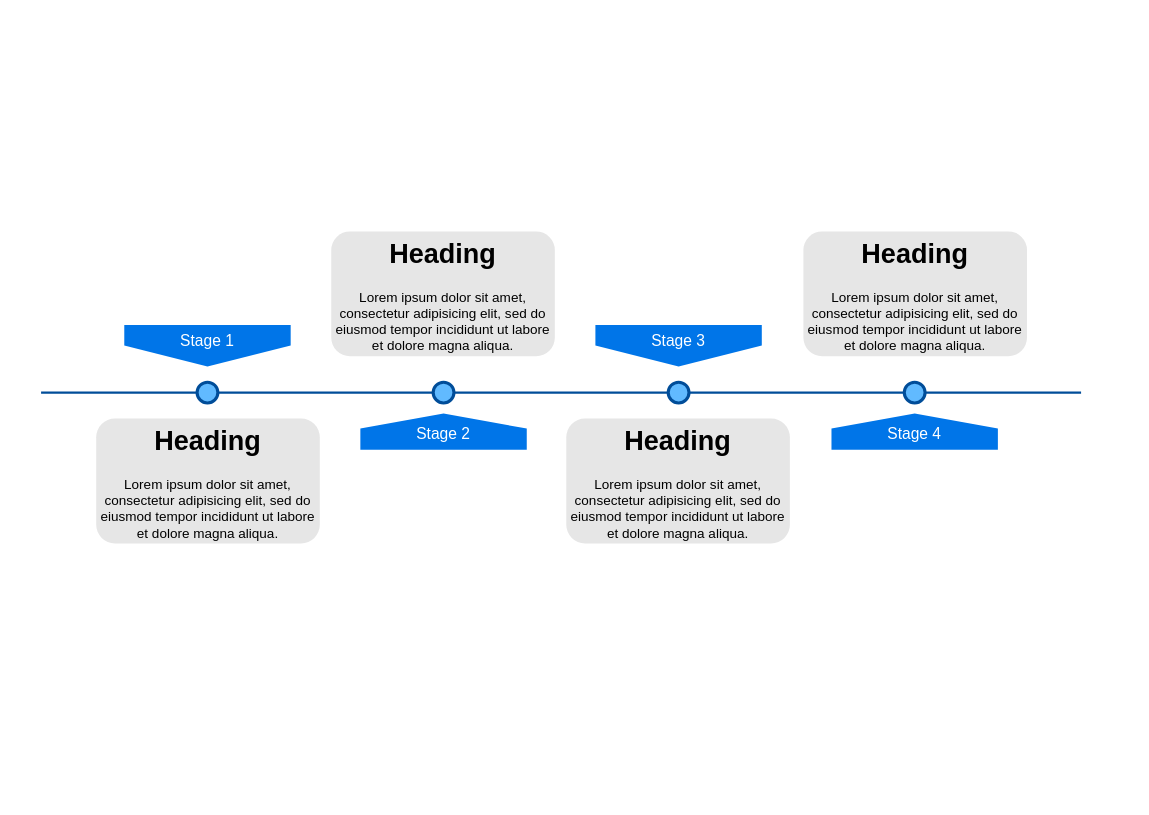
Earlier version of the draw.io diagram Untitled Diagram.drawio (leelabandaru6/hello-world). Source tidied: cells renumbered, new cells numbered last; positions are measured from the earlier drawing's top-left corner, leaving out a move shared by most shapes. Both pictures are drawn from the tidied source at 104%, with x=0, y=0 at pixel (41, 231).
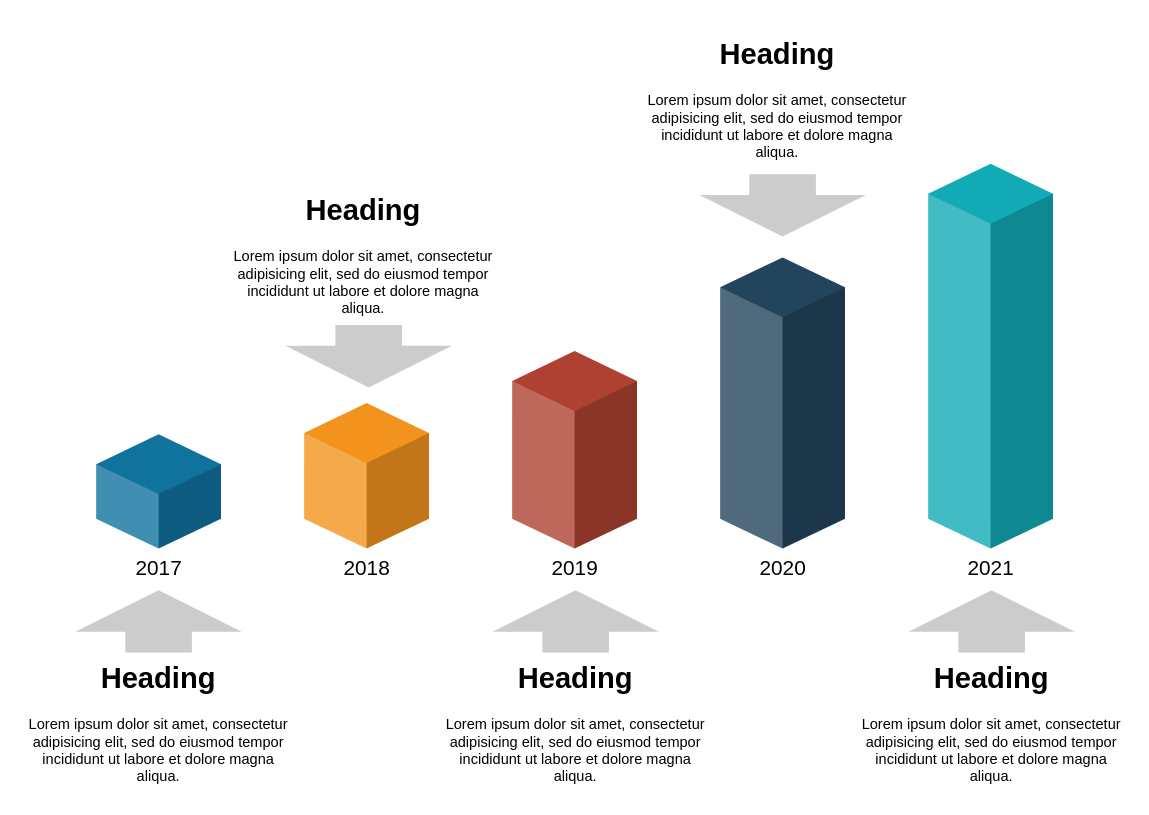
After the change.

The edit, as a diff of the source:
```diff
@@
 <mxGraphModel>
   <root>
     <mxCell id="0" />
     <mxCell id="1" parent="0" />
-    <mxCell id="2" style="line;strokeWidth=2;html=1;fillColor=none;fontSize=28;fontColor=#004D99;strokeColor=#004D99;" parent="1" vertex="1">
-      <mxGeometry y="150" width="1000" height="10" as="geometry" />
-    </mxCell>
-    <mxCell id="3" value="Stage 1" style="shape=offPageConnector;whiteSpace=wrap;html=1;fillColor=#0075E8;fontSize=15;fontColor=#FFFFFF;size=0.5093750000000015;verticalAlign=top;strokeColor=none;" parent="1" vertex="1">
-      <mxGeometry x="80" y="90" width="160" height="40" as="geometry" />
-    </mxCell>
-    <mxCell id="4" value="&lt;span&gt;Stage 3&lt;/span&gt;" style="shape=offPageConnector;whiteSpace=wrap;html=1;fillColor=#0075E8;fontSize=15;fontColor=#FFFFFF;size=0.5093750000000015;verticalAlign=top;strokeColor=none;" parent="1" vertex="1">
-      <mxGeometry x="533" y="90" width="160" height="40" as="geometry" />
-    </mxCell>
-    <mxCell id="5" value="&lt;span&gt;Stage 2&lt;/span&gt;" style="shape=offPageConnector;whiteSpace=wrap;html=1;fillColor=#0075E8;fontSize=15;fontColor=#FFFFFF;size=0.4178571428571445;flipV=1;verticalAlign=bottom;strokeColor=none;spacingBottom=4;" parent="1" vertex="1">
-      <mxGeometry x="307" y="175" width="160" height="35" as="geometry" />
-    </mxCell>
-    <mxCell id="6" value="&lt;span&gt;Stage 4&lt;/span&gt;" style="shape=offPageConnector;whiteSpace=wrap;html=1;fillColor=#0075E8;fontSize=15;fontColor=#FFFFFF;size=0.4178571428571445;flipV=1;verticalAlign=bottom;strokeColor=none;spacingBottom=4;" parent="1" vertex="1">
-      <mxGeometry x="760" y="175" width="160" height="35" as="geometry" />
-    </mxCell>
-    <mxCell id="7" style="ellipse;whiteSpace=wrap;html=1;fillColor=#61BAFF;fontSize=28;fontColor=#004D99;strokeWidth=3;strokeColor=#004D99;" parent="1" vertex="1">
-      <mxGeometry x="150" y="145" width="20" height="20" as="geometry" />
-    </mxCell>
-    <mxCell id="8" style="ellipse;whiteSpace=wrap;html=1;fillColor=#61BAFF;fontSize=28;fontColor=#004D99;strokeWidth=3;strokeColor=#004D99;" parent="1" vertex="1">
-      <mxGeometry x="377" y="145" width="20" height="20" as="geometry" />
-    </mxCell>
-    <mxCell id="9" style="ellipse;whiteSpace=wrap;html=1;fillColor=#61BAFF;fontSize=28;fontColor=#004D99;strokeWidth=3;strokeColor=#004D99;" parent="1" vertex="1">
-      <mxGeometry x="603" y="145" width="20" height="20" as="geometry" />
-    </mxCell>
-    <mxCell id="10" style="ellipse;whiteSpace=wrap;html=1;fillColor=#61BAFF;fontSize=28;fontColor=#004D99;strokeWidth=3;strokeColor=#004D99;" parent="1" vertex="1">
-      <mxGeometry x="830" y="145" width="20" height="20" as="geometry" />
-    </mxCell>
-    <mxCell id="11" value="&lt;h1&gt;Heading&lt;/h1&gt;&lt;p&gt;Lorem ipsum dolor sit amet, consectetur adipisicing elit, sed do eiusmod tempor incididunt ut labore et dolore magna aliqua.&lt;/p&gt;" style="text;html=1;spacing=5;spacingTop=-20;whiteSpace=wrap;overflow=hidden;strokeColor=none;strokeWidth=3;fillColor=#E6E6E6;fontSize=13;fontColor=#000000;align=center;rounded=1;" parent="1" vertex="1">
-      <mxGeometry x="53" y="180" width="215" height="120" as="geometry" />
-    </mxCell>
-    <mxCell id="12" value="&lt;h1&gt;Heading&lt;/h1&gt;&lt;p&gt;Lorem ipsum dolor sit amet, consectetur adipisicing elit, sed do eiusmod tempor incididunt ut labore et dolore magna aliqua.&lt;/p&gt;" style="text;html=1;spacing=5;spacingTop=-20;whiteSpace=wrap;overflow=hidden;strokeColor=none;strokeWidth=3;fillColor=#E6E6E6;fontSize=13;fontColor=#000000;align=center;rounded=1;" parent="1" vertex="1">
-      <mxGeometry x="279" width="215" height="120" as="geometry" />
-    </mxCell>
-    <mxCell id="13" value="&lt;h1&gt;Heading&lt;/h1&gt;&lt;p&gt;Lorem ipsum dolor sit amet, consectetur adipisicing elit, sed do eiusmod tempor incididunt ut labore et dolore magna aliqua.&lt;/p&gt;" style="text;html=1;spacing=5;spacingTop=-20;whiteSpace=wrap;overflow=hidden;strokeColor=none;strokeWidth=3;fillColor=#E6E6E6;fontSize=13;fontColor=#000000;align=center;rounded=1;" parent="1" vertex="1">
-      <mxGeometry x="505" y="180" width="215" height="120" as="geometry" />
-    </mxCell>
-    <mxCell id="14" value="&lt;h1&gt;Heading&lt;/h1&gt;&lt;p&gt;Lorem ipsum dolor sit amet, consectetur adipisicing elit, sed do eiusmod tempor incididunt ut labore et dolore magna aliqua.&lt;/p&gt;" style="text;html=1;spacing=5;spacingTop=-20;whiteSpace=wrap;overflow=hidden;strokeColor=none;strokeWidth=3;fillColor=#E6E6E6;fontSize=13;fontColor=#000000;align=center;rounded=1;" parent="1" vertex="1">
-      <mxGeometry x="733" width="215" height="120" as="geometry" />
-    </mxCell>
+    <mxCell id="15" style="html=1;shadow=0;dashed=0;align=center;verticalAlign=middle;shape=mxgraph.arrows2.arrow;dy=0.6;dx=40;direction=north;notch=0;strokeWidth=2;fillColor=#CCCCCC;fontSize=14;fontColor=#000000;strokeColor=none;" parent="1" vertex="1">
+      <mxGeometry x="33" y="345" width="160" height="60" as="geometry" />
+    </mxCell>
+    <mxCell id="16" value="2017" style="verticalLabelPosition=bottom;verticalAlign=top;html=1;shape=mxgraph.infographic.shadedCube;isoAngle=15;fillColor=#10739E;strokeColor=none;fontFamily=Helvetica;fontSize=20;align=center;strokeWidth=2;" parent="1" vertex="1">
+      <mxGeometry x="53" y="195" width="120" height="110" as="geometry" />
+    </mxCell>
+    <mxCell id="17" value="2018" style="verticalLabelPosition=bottom;verticalAlign=top;html=1;shape=mxgraph.infographic.shadedCube;isoAngle=15;fillColor=#F2931E;strokeColor=none;fontFamily=Helvetica;fontSize=20;align=center;strokeWidth=2;" parent="1" vertex="1">
+      <mxGeometry x="253" y="165" width="120" height="140" as="geometry" />
+    </mxCell>
+    <mxCell id="18" value="2019" style="verticalLabelPosition=bottom;verticalAlign=top;html=1;shape=mxgraph.infographic.shadedCube;isoAngle=15;fillColor=#AE4132;strokeColor=none;fontFamily=Helvetica;fontSize=20;align=center;strokeWidth=2;" parent="1" vertex="1">
+      <mxGeometry x="453" y="115" width="120" height="190" as="geometry" />
+    </mxCell>
+    <mxCell id="19" value="2020" style="verticalLabelPosition=bottom;verticalAlign=top;html=1;shape=mxgraph.infographic.shadedCube;isoAngle=15;fillColor=#23445D;strokeColor=none;fontFamily=Helvetica;fontSize=20;align=center;strokeWidth=2;" parent="1" vertex="1">
+      <mxGeometry x="653" y="25" width="120" height="280" as="geometry" />
+    </mxCell>
+    <mxCell id="20" value="2021" style="verticalLabelPosition=bottom;verticalAlign=top;html=1;shape=mxgraph.infographic.shadedCube;isoAngle=15;fillColor=#12AAB5;strokeColor=none;fontFamily=Helvetica;fontSize=20;align=center;strokeWidth=2;" parent="1" vertex="1">
+      <mxGeometry x="853" y="-65" width="120" height="370" as="geometry" />
+    </mxCell>
+    <mxCell id="21" value="&lt;h1&gt;Heading&lt;/h1&gt;&lt;p&gt;Lorem ipsum dolor sit amet, consectetur adipisicing elit, sed do eiusmod tempor incididunt ut labore et dolore magna aliqua.&lt;/p&gt;" style="text;html=1;spacing=5;spacingTop=-20;whiteSpace=wrap;overflow=hidden;strokeWidth=2;fillColor=none;gradientColor=none;fontSize=14;align=center;" parent="1" vertex="1">
+      <mxGeometry x="-22" y="405" width="270" height="140" as="geometry" />
+    </mxCell>
+    <mxCell id="22" value="&lt;h1&gt;Heading&lt;/h1&gt;&lt;p&gt;Lorem ipsum dolor sit amet, consectetur adipisicing elit, sed do eiusmod tempor incididunt ut labore et dolore magna aliqua.&lt;/p&gt;" style="text;html=1;spacing=5;spacingTop=-20;whiteSpace=wrap;overflow=hidden;strokeWidth=2;fillColor=none;gradientColor=none;fontSize=14;align=center;" parent="1" vertex="1">
+      <mxGeometry x="175" y="-45" width="270" height="140" as="geometry" />
+    </mxCell>
+    <mxCell id="23" value="&lt;h1&gt;Heading&lt;/h1&gt;&lt;p&gt;Lorem ipsum dolor sit amet, consectetur adipisicing elit, sed do eiusmod tempor incididunt ut labore et dolore magna aliqua.&lt;/p&gt;" style="text;html=1;spacing=5;spacingTop=-20;whiteSpace=wrap;overflow=hidden;strokeWidth=2;fillColor=none;gradientColor=none;fontSize=14;align=center;" parent="1" vertex="1">
+      <mxGeometry x="379" y="405" width="270" height="140" as="geometry" />
+    </mxCell>
+    <mxCell id="24" value="&lt;h1&gt;Heading&lt;/h1&gt;&lt;p&gt;Lorem ipsum dolor sit amet, consectetur adipisicing elit, sed do eiusmod tempor incididunt ut labore et dolore magna aliqua.&lt;/p&gt;" style="text;html=1;spacing=5;spacingTop=-20;whiteSpace=wrap;overflow=hidden;strokeWidth=2;fillColor=none;gradientColor=none;fontSize=14;align=center;" parent="1" vertex="1">
+      <mxGeometry x="779" y="405" width="270" height="140" as="geometry" />
+    </mxCell>
+    <mxCell id="25" value="&lt;h1&gt;Heading&lt;/h1&gt;&lt;p&gt;Lorem ipsum dolor sit amet, consectetur adipisicing elit, sed do eiusmod tempor incididunt ut labore et dolore magna aliqua.&lt;/p&gt;" style="text;html=1;spacing=5;spacingTop=-20;whiteSpace=wrap;overflow=hidden;strokeWidth=2;fillColor=none;gradientColor=none;fontSize=14;align=center;" parent="1" vertex="1">
+      <mxGeometry x="573" y="-195" width="270" height="140" as="geometry" />
+    </mxCell>
+    <mxCell id="26" style="html=1;shadow=0;dashed=0;align=center;verticalAlign=middle;shape=mxgraph.arrows2.arrow;dy=0.6;dx=40;direction=north;notch=0;strokeWidth=2;fillColor=#CCCCCC;fontSize=14;fontColor=#000000;strokeColor=none;" parent="1" vertex="1">
+      <mxGeometry x="434" y="345" width="160" height="60" as="geometry" />
+    </mxCell>
+    <mxCell id="27" style="html=1;shadow=0;dashed=0;align=center;verticalAlign=middle;shape=mxgraph.arrows2.arrow;dy=0.6;dx=40;direction=north;notch=0;strokeWidth=2;fillColor=#CCCCCC;fontSize=14;fontColor=#000000;strokeColor=none;" parent="1" vertex="1">
+      <mxGeometry x="834" y="345" width="160" height="60" as="geometry" />
+    </mxCell>
+    <mxCell id="28" style="html=1;shadow=0;dashed=0;align=center;verticalAlign=middle;shape=mxgraph.arrows2.arrow;dy=0.6;dx=40;direction=north;notch=0;strokeWidth=2;fillColor=#CCCCCC;fontSize=14;fontColor=#000000;strokeColor=none;flipV=1;" parent="1" vertex="1">
+      <mxGeometry x="235" y="90" width="160" height="60" as="geometry" />
+    </mxCell>
+    <mxCell id="29" style="html=1;shadow=0;dashed=0;align=center;verticalAlign=middle;shape=mxgraph.arrows2.arrow;dy=0.6;dx=40;direction=north;notch=0;strokeWidth=2;fillColor=#CCCCCC;fontSize=14;fontColor=#000000;strokeColor=none;flipV=1;" parent="1" vertex="1">
+      <mxGeometry x="633" y="-55" width="160" height="60" as="geometry" />
+    </mxCell>
   </root>
 </mxGraphModel>
```
